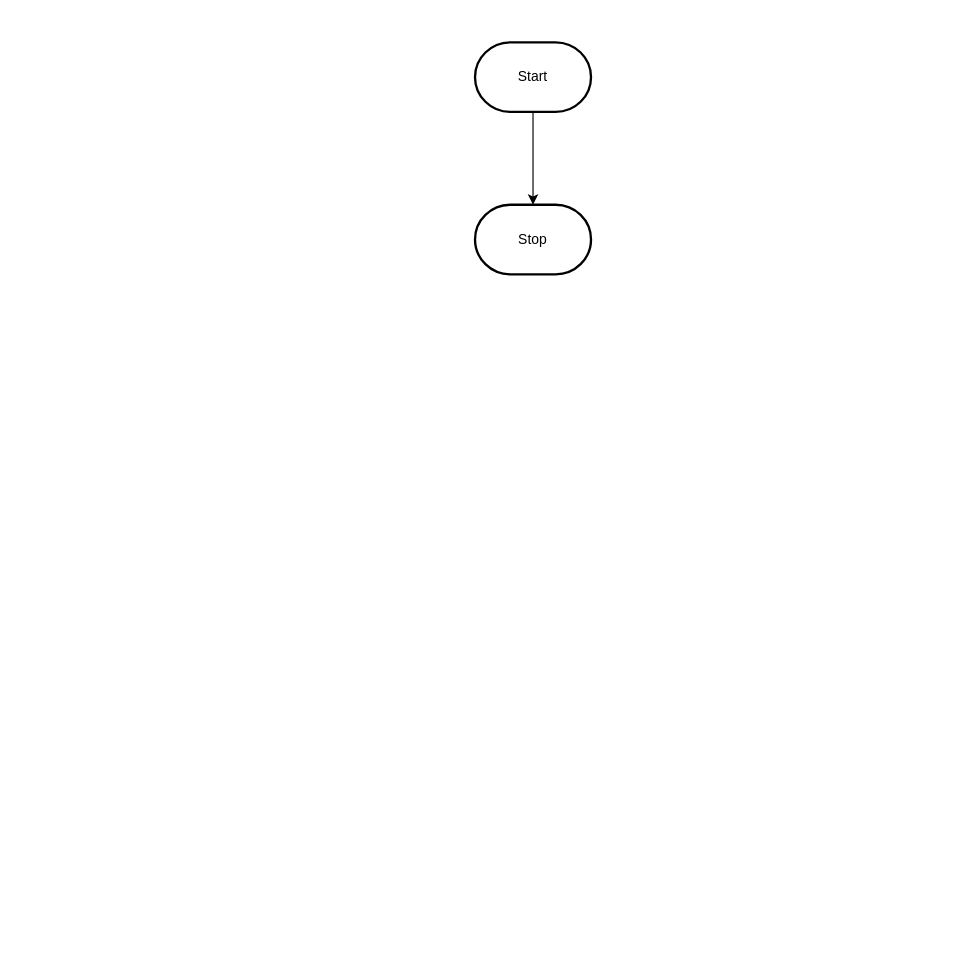
MTHS-TEJ2O-1-2023/TEJ2O-Unit-5-07-angelo-yalung keeps this draw.io diagram as design/flowchart.drawio. Above is the earlier version. Source tidied: cells renumbered, new cells numbered last; positions are measured from the earlier drawing's top-left corner, leaving out a move shared by most shapes. Both pictures are drawn from the tidied source at 116%, with x=0, y=0 at pixel (474, 42).
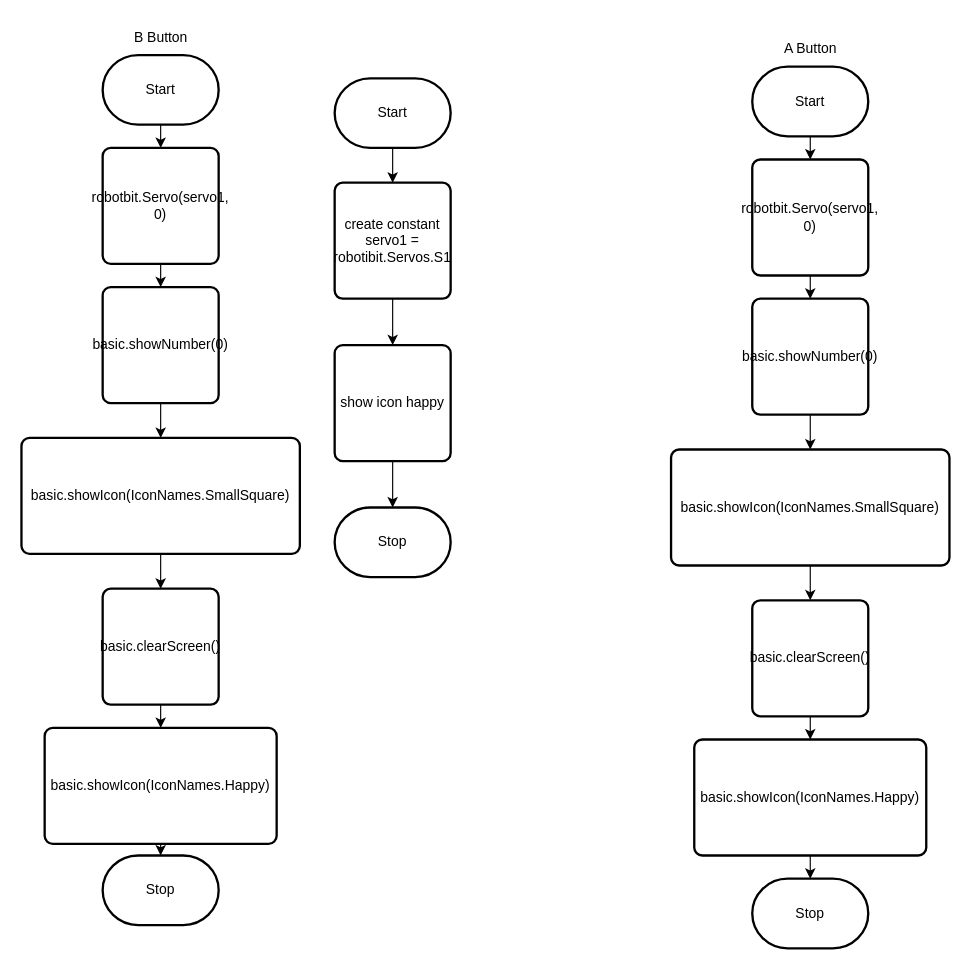
The same page after the edit.

Change to the diagram source:
```diff
@@
-    <mxCell id="2" style="edgeStyle=orthogonalEdgeStyle;html=1;rounded=0;" parent="1" edge="1" source="3" target="4">
-      <mxGeometry relative="1" as="geometry" />
-    </mxCell>
+    <mxCell id="5" style="edgeStyle=none;html=1;exitX=0.5;exitY=1;exitDx=0;exitDy=0;exitPerimeter=0;" parent="1" edge="1" source="3" target="29">
+      <mxGeometry relative="1" as="geometry" />
+    </mxCell>
     <mxCell id="3" value="Start" style="strokeWidth=2;html=1;shape=mxgraph.flowchart.terminator;whiteSpace=wrap;" parent="1" vertex="1">
-      <mxGeometry width="100" height="60" as="geometry" />
+      <mxGeometry x="239" y="21" width="100" height="60" as="geometry" />
     </mxCell>
     <mxCell id="4" value="Stop" style="strokeWidth=2;html=1;shape=mxgraph.flowchart.terminator;whiteSpace=wrap;" parent="1" vertex="1">
-      <mxGeometry y="140" width="100" height="60" as="geometry" />
+      <mxGeometry x="239" y="721" width="100" height="60" as="geometry" />
     </mxCell>
+    <mxCell id="6" style="edgeStyle=none;html=1;exitX=0.5;exitY=1;exitDx=0;exitDy=0;exitPerimeter=0;entryX=0.5;entryY=0;entryDx=0;entryDy=0;" parent="1" edge="1" source="7" target="19">
+      <mxGeometry relative="1" as="geometry" />
+    </mxCell>
+    <mxCell id="7" value="Start" style="strokeWidth=2;html=1;shape=mxgraph.flowchart.terminator;whiteSpace=wrap;" parent="1" vertex="1">
+      <mxGeometry x="-321" y="11" width="100" height="60" as="geometry" />
+    </mxCell>
+    <mxCell id="8" value="Stop" style="strokeWidth=2;html=1;shape=mxgraph.flowchart.terminator;whiteSpace=wrap;" parent="1" vertex="1">
+      <mxGeometry x="-321" y="701" width="100" height="60" as="geometry" />
+    </mxCell>
+    <mxCell id="9" value="B Button" style="text;html=1;align=center;verticalAlign=middle;strokeColor=none;fillColor=none;" parent="1" vertex="1">
+      <mxGeometry x="-306" y="-19" width="70" height="30" as="geometry" />
+    </mxCell>
+    <mxCell id="10" value="A Button" style="text;html=1;align=center;verticalAlign=middle;strokeColor=none;fillColor=none;" parent="1" vertex="1">
+      <mxGeometry x="254" y="-9" width="70" height="30" as="geometry" />
+    </mxCell>
+    <mxCell id="11" style="edgeStyle=none;html=1;exitX=0.5;exitY=1;exitDx=0;exitDy=0;exitPerimeter=0;entryX=0.5;entryY=0;entryDx=0;entryDy=0;" parent="1" edge="1" source="12" target="15">
+      <mxGeometry relative="1" as="geometry" />
+    </mxCell>
+    <mxCell id="12" value="Start" style="strokeWidth=2;html=1;shape=mxgraph.flowchart.terminator;whiteSpace=wrap;" parent="1" vertex="1">
+      <mxGeometry x="-121" y="31" width="100" height="60" as="geometry" />
+    </mxCell>
+    <mxCell id="13" value="Stop" style="strokeWidth=2;html=1;shape=mxgraph.flowchart.terminator;whiteSpace=wrap;" parent="1" vertex="1">
+      <mxGeometry x="-121" y="401" width="100" height="60" as="geometry" />
+    </mxCell>
+    <mxCell id="14" style="edgeStyle=none;html=1;exitX=0.5;exitY=1;exitDx=0;exitDy=0;" parent="1" edge="1" source="15" target="17">
+      <mxGeometry relative="1" as="geometry" />
+    </mxCell>
+    <mxCell id="15" value="create constant servo1 = robotibit.Servos.S1" style="rounded=1;whiteSpace=wrap;html=1;absoluteArcSize=1;arcSize=14;strokeWidth=2;" parent="1" vertex="1">
+      <mxGeometry x="-121" y="121" width="100" height="100" as="geometry" />
+    </mxCell>
+    <mxCell id="16" style="edgeStyle=none;html=1;exitX=0.5;exitY=1;exitDx=0;exitDy=0;" parent="1" edge="1" source="17" target="13">
+      <mxGeometry relative="1" as="geometry" />
+    </mxCell>
+    <mxCell id="17" value="show icon happy" style="rounded=1;whiteSpace=wrap;html=1;absoluteArcSize=1;arcSize=14;strokeWidth=2;" parent="1" vertex="1">
+      <mxGeometry x="-121" y="261" width="100" height="100" as="geometry" />
+    </mxCell>
+    <mxCell id="18" style="edgeStyle=none;html=1;exitX=0.5;exitY=1;exitDx=0;exitDy=0;entryX=0.5;entryY=0;entryDx=0;entryDy=0;" parent="1" edge="1" source="19" target="21">
+      <mxGeometry relative="1" as="geometry" />
+    </mxCell>
+    <mxCell id="19" value="robotbit.Servo(servo1, 0)" style="rounded=1;whiteSpace=wrap;html=1;absoluteArcSize=1;arcSize=14;strokeWidth=2;" parent="1" vertex="1">
+      <mxGeometry x="-321" y="91" width="100" height="100" as="geometry" />
+    </mxCell>
+    <mxCell id="20" style="edgeStyle=none;html=1;exitX=0.5;exitY=1;exitDx=0;exitDy=0;entryX=0.5;entryY=0;entryDx=0;entryDy=0;" parent="1" edge="1" source="21" target="23">
+      <mxGeometry relative="1" as="geometry" />
+    </mxCell>
+    <mxCell id="21" value="basic.showNumber(0)" style="rounded=1;whiteSpace=wrap;html=1;absoluteArcSize=1;arcSize=14;strokeWidth=2;" parent="1" vertex="1">
+      <mxGeometry x="-321" y="211" width="100" height="100" as="geometry" />
+    </mxCell>
+    <mxCell id="22" style="edgeStyle=none;html=1;exitX=0.5;exitY=1;exitDx=0;exitDy=0;entryX=0.5;entryY=0;entryDx=0;entryDy=0;" parent="1" edge="1" source="23" target="25">
+      <mxGeometry relative="1" as="geometry" />
+    </mxCell>
+    <mxCell id="23" value="basic.showIcon(IconNames.SmallSquare)" style="rounded=1;whiteSpace=wrap;html=1;absoluteArcSize=1;arcSize=14;strokeWidth=2;" parent="1" vertex="1">
+      <mxGeometry x="-391" y="341" width="240" height="100" as="geometry" />
+    </mxCell>
+    <mxCell id="24" style="edgeStyle=none;html=1;exitX=0.5;exitY=1;exitDx=0;exitDy=0;entryX=0.5;entryY=0;entryDx=0;entryDy=0;" parent="1" edge="1" source="25" target="27">
+      <mxGeometry relative="1" as="geometry" />
+    </mxCell>
+    <mxCell id="25" value="basic.clearScreen()" style="rounded=1;whiteSpace=wrap;html=1;absoluteArcSize=1;arcSize=14;strokeWidth=2;" parent="1" vertex="1">
+      <mxGeometry x="-321" y="471" width="100" height="100" as="geometry" />
+    </mxCell>
+    <mxCell id="26" style="edgeStyle=none;html=1;exitX=0.5;exitY=1;exitDx=0;exitDy=0;entryX=0.5;entryY=0;entryDx=0;entryDy=0;entryPerimeter=0;" parent="1" edge="1" source="27" target="8">
+      <mxGeometry relative="1" as="geometry" />
+    </mxCell>
+    <mxCell id="27" value="basic.showIcon(IconNames.Happy)" style="rounded=1;whiteSpace=wrap;html=1;absoluteArcSize=1;arcSize=14;strokeWidth=2;" parent="1" vertex="1">
+      <mxGeometry x="-371" y="591" width="200" height="100" as="geometry" />
+    </mxCell>
+    <mxCell id="28" style="edgeStyle=none;html=1;exitX=0.5;exitY=1;exitDx=0;exitDy=0;entryX=0.5;entryY=0;entryDx=0;entryDy=0;" parent="1" edge="1" source="29" target="31">
+      <mxGeometry relative="1" as="geometry" />
+    </mxCell>
+    <mxCell id="29" value="robotbit.Servo(servo1, 0)" style="rounded=1;whiteSpace=wrap;html=1;absoluteArcSize=1;arcSize=14;strokeWidth=2;" parent="1" vertex="1">
+      <mxGeometry x="239" y="101" width="100" height="100" as="geometry" />
+    </mxCell>
+    <mxCell id="30" style="edgeStyle=none;html=1;exitX=0.5;exitY=1;exitDx=0;exitDy=0;entryX=0.5;entryY=0;entryDx=0;entryDy=0;" parent="1" edge="1" source="31" target="33">
+      <mxGeometry relative="1" as="geometry" />
+    </mxCell>
+    <mxCell id="31" value="basic.showNumber(0)" style="rounded=1;whiteSpace=wrap;html=1;absoluteArcSize=1;arcSize=14;strokeWidth=2;" parent="1" vertex="1">
+      <mxGeometry x="239" y="221" width="100" height="100" as="geometry" />
+    </mxCell>
+    <mxCell id="32" style="edgeStyle=none;html=1;exitX=0.5;exitY=1;exitDx=0;exitDy=0;entryX=0.5;entryY=0;entryDx=0;entryDy=0;" parent="1" edge="1" source="33" target="35">
+      <mxGeometry relative="1" as="geometry" />
+    </mxCell>
+    <mxCell id="33" value="basic.showIcon(IconNames.SmallSquare)" style="rounded=1;whiteSpace=wrap;html=1;absoluteArcSize=1;arcSize=14;strokeWidth=2;" parent="1" vertex="1">
+      <mxGeometry x="169" y="351" width="240" height="100" as="geometry" />
+    </mxCell>
+    <mxCell id="34" style="edgeStyle=none;html=1;exitX=0.5;exitY=1;exitDx=0;exitDy=0;entryX=0.5;entryY=0;entryDx=0;entryDy=0;" parent="1" edge="1" source="35" target="37">
+      <mxGeometry relative="1" as="geometry" />
+    </mxCell>
+    <mxCell id="35" value="basic.clearScreen()" style="rounded=1;whiteSpace=wrap;html=1;absoluteArcSize=1;arcSize=14;strokeWidth=2;" parent="1" vertex="1">
+      <mxGeometry x="239" y="481" width="100" height="100" as="geometry" />
+    </mxCell>
+    <mxCell id="36" style="edgeStyle=none;html=1;exitX=0.5;exitY=1;exitDx=0;exitDy=0;" parent="1" edge="1" source="37" target="4">
+      <mxGeometry relative="1" as="geometry" />
+    </mxCell>
+    <mxCell id="37" value="basic.showIcon(IconNames.Happy)" style="rounded=1;whiteSpace=wrap;html=1;absoluteArcSize=1;arcSize=14;strokeWidth=2;" parent="1" vertex="1">
+      <mxGeometry x="189" y="601" width="200" height="100" as="geometry" />
+    </mxCell>
```
